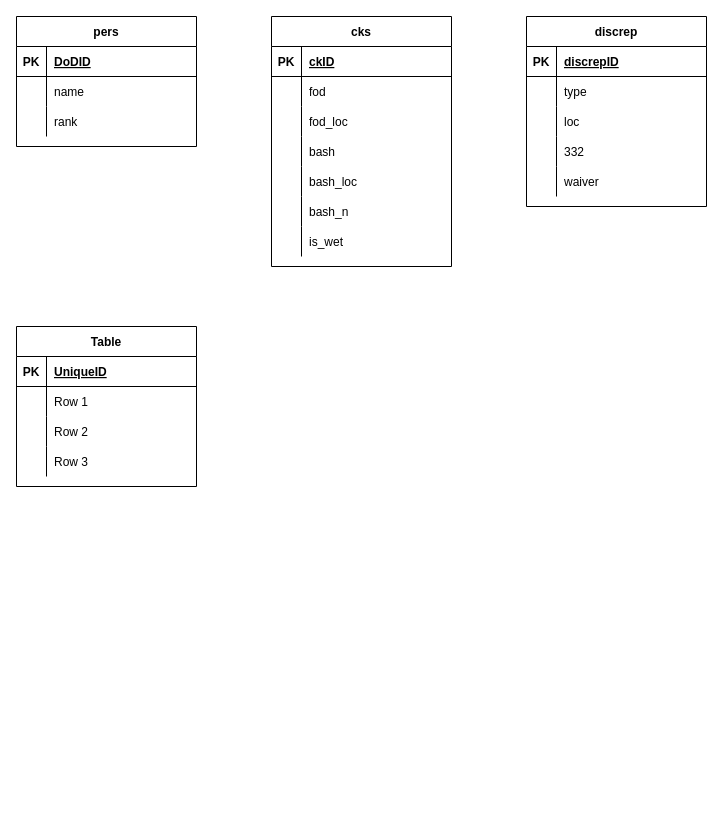
Earlier version of the draw.io diagram amapps.drawio (ussmario/amapps). Source tidied: cells renumbered, new cells numbered last; positions are measured from the earlier drawing's top-left corner, leaving out a move shared by most shapes. Both pictures are drawn from the tidied source at 100%, with x=0, y=0 at pixel (16, 16).
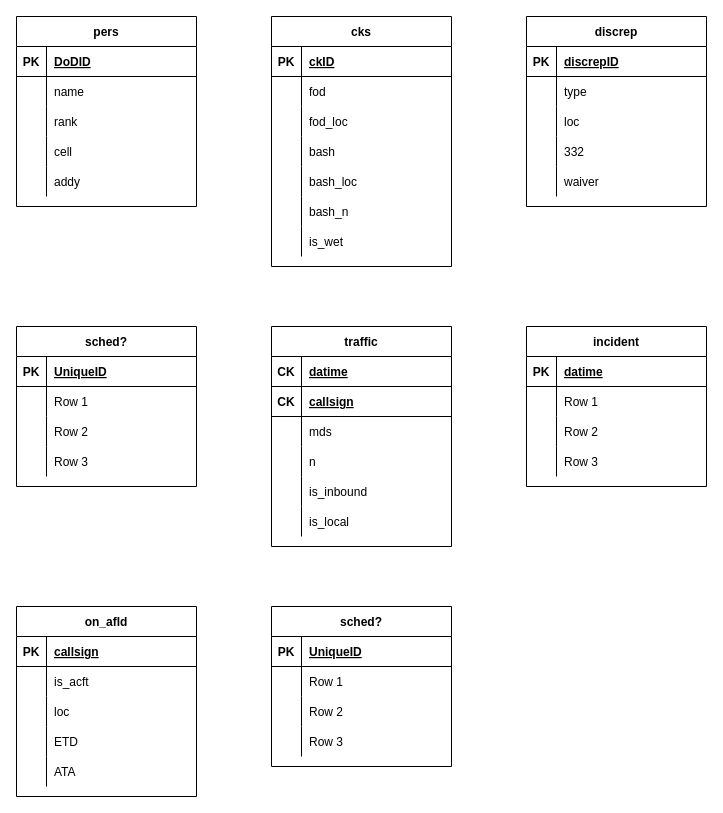
The same page after the edit.

Diff of the diagram source:
```diff
@@
     <mxCell id="2" value="pers" style="shape=table;startSize=30;childLayout=tableLayout;rowLines=0;fontStyle=1;align=center;" parent="1" vertex="1">
-      <mxGeometry width="180" height="130" as="geometry" />
+      <mxGeometry width="180" height="190" as="geometry" />
     </mxCell>
@@
+    <mxCell id="63" style="shape=partialRectangle;fillColor=none;top=0;left=0;bottom=0;right=0;" parent="2" vertex="1">
+      <mxGeometry y="120" width="180" height="30" as="geometry" />
+    </mxCell>
+    <mxCell id="64" style="shape=partialRectangle;fillColor=none;top=0;left=0;bottom=0;right=0;overflow=hidden;" parent="63" vertex="1">
+      <mxGeometry width="30" height="30" as="geometry" />
+    </mxCell>
+    <mxCell id="65" value="cell" style="shape=partialRectangle;fillColor=none;top=0;left=0;bottom=0;right=0;align=left;spacingLeft=6;overflow=hidden;" parent="63" vertex="1">
+      <mxGeometry x="30" width="150" height="30" as="geometry" />
+    </mxCell>
+    <mxCell id="66" style="shape=partialRectangle;fillColor=none;top=0;left=0;bottom=0;right=0;" parent="2" vertex="1">
+      <mxGeometry y="150" width="180" height="30" as="geometry" />
+    </mxCell>
+    <mxCell id="67" style="shape=partialRectangle;fillColor=none;top=0;left=0;bottom=0;right=0;overflow=hidden;" parent="66" vertex="1">
+      <mxGeometry width="30" height="30" as="geometry" />
+    </mxCell>
+    <mxCell id="68" value="addy" style="shape=partialRectangle;fillColor=none;top=0;left=0;bottom=0;right=0;align=left;spacingLeft=6;overflow=hidden;" parent="66" vertex="1">
+      <mxGeometry x="30" width="150" height="30" as="geometry" />
+    </mxCell>
@@
-    <mxCell id="50" value="Table" style="shape=table;startSize=30;childLayout=tableLayout;rowLines=0;fontStyle=1;align=center;" parent="1" vertex="1">
+    <mxCell id="50" value="sched?" style="shape=table;startSize=30;childLayout=tableLayout;rowLines=0;fontStyle=1;align=center;" parent="1" vertex="1">
       <mxGeometry y="310" width="180" height="160" as="geometry" />
     </mxCell>
@@
+    <mxCell id="69" value="traffic" style="shape=table;startSize=30;childLayout=tableLayout;rowLines=0;fontStyle=1;align=center;" parent="1" vertex="1">
+      <mxGeometry x="255" y="310" width="180" height="220" as="geometry" />
+    </mxCell>
+    <mxCell id="70" style="shape=partialRectangle;fillColor=none;top=0;left=0;bottom=1;right=0;" parent="69" vertex="1">
+      <mxGeometry y="30" width="180" height="30" as="geometry" />
+    </mxCell>
+    <mxCell id="71" value="CK" style="shape=partialRectangle;fillColor=none;top=0;left=0;bottom=0;right=0;fontStyle=1;overflow=hidden;" parent="70" vertex="1">
+      <mxGeometry width="30" height="30" as="geometry" />
+    </mxCell>
+    <mxCell id="72" value="datime" style="shape=partialRectangle;fillColor=none;top=0;left=0;bottom=0;right=0;align=left;spacingLeft=6;fontStyle=5;overflow=hidden;" parent="70" vertex="1">
+      <mxGeometry x="30" width="150" height="30" as="geometry" />
+    </mxCell>
+    <mxCell id="73" style="shape=partialRectangle;fillColor=none;top=0;left=0;bottom=1;right=0;" parent="69" vertex="1">
+      <mxGeometry y="60" width="180" height="30" as="geometry" />
+    </mxCell>
+    <mxCell id="74" value="CK" style="shape=partialRectangle;fillColor=none;top=0;left=0;bottom=0;right=0;fontStyle=1;overflow=hidden;" parent="73" vertex="1">
+      <mxGeometry width="30" height="30" as="geometry" />
+    </mxCell>
+    <mxCell id="75" value="callsign" style="shape=partialRectangle;fillColor=none;top=0;left=0;bottom=0;right=0;align=left;spacingLeft=6;fontStyle=5;overflow=hidden;" parent="73" vertex="1">
+      <mxGeometry x="30" width="150" height="30" as="geometry" />
+    </mxCell>
+    <mxCell id="76" style="shape=partialRectangle;fillColor=none;top=0;left=0;bottom=0;right=0;" parent="69" vertex="1">
+      <mxGeometry y="90" width="180" height="30" as="geometry" />
+    </mxCell>
+    <mxCell id="77" style="shape=partialRectangle;fillColor=none;top=0;left=0;bottom=0;right=0;overflow=hidden;" parent="76" vertex="1">
+      <mxGeometry width="30" height="30" as="geometry" />
+    </mxCell>
+    <mxCell id="78" value="mds" style="shape=partialRectangle;fillColor=none;top=0;left=0;bottom=0;right=0;align=left;spacingLeft=6;overflow=hidden;" parent="76" vertex="1">
+      <mxGeometry x="30" width="150" height="30" as="geometry" />
+    </mxCell>
+    <mxCell id="79" style="shape=partialRectangle;fillColor=none;top=0;left=0;bottom=0;right=0;" parent="69" vertex="1">
+      <mxGeometry y="120" width="180" height="30" as="geometry" />
+    </mxCell>
+    <mxCell id="80" style="shape=partialRectangle;fillColor=none;top=0;left=0;bottom=0;right=0;overflow=hidden;" parent="79" vertex="1">
+      <mxGeometry width="30" height="30" as="geometry" />
+    </mxCell>
+    <mxCell id="81" value="n" style="shape=partialRectangle;fillColor=none;top=0;left=0;bottom=0;right=0;align=left;spacingLeft=6;overflow=hidden;" parent="79" vertex="1">
+      <mxGeometry x="30" width="150" height="30" as="geometry" />
+    </mxCell>
+    <mxCell id="82" style="shape=partialRectangle;fillColor=none;top=0;left=0;bottom=0;right=0;" parent="69" vertex="1">
+      <mxGeometry y="150" width="180" height="30" as="geometry" />
+    </mxCell>
+    <mxCell id="83" style="shape=partialRectangle;fillColor=none;top=0;left=0;bottom=0;right=0;overflow=hidden;" parent="82" vertex="1">
+      <mxGeometry width="30" height="30" as="geometry" />
+    </mxCell>
+    <mxCell id="84" value="is_inbound" style="shape=partialRectangle;fillColor=none;top=0;left=0;bottom=0;right=0;align=left;spacingLeft=6;overflow=hidden;" parent="82" vertex="1">
+      <mxGeometry x="30" width="150" height="30" as="geometry" />
+    </mxCell>
+    <mxCell id="85" style="shape=partialRectangle;fillColor=none;top=0;left=0;bottom=0;right=0;" parent="69" vertex="1">
+      <mxGeometry y="180" width="180" height="30" as="geometry" />
+    </mxCell>
+    <mxCell id="86" style="shape=partialRectangle;fillColor=none;top=0;left=0;bottom=0;right=0;overflow=hidden;" parent="85" vertex="1">
+      <mxGeometry width="30" height="30" as="geometry" />
+    </mxCell>
+    <mxCell id="87" value="is_local" style="shape=partialRectangle;fillColor=none;top=0;left=0;bottom=0;right=0;align=left;spacingLeft=6;overflow=hidden;" parent="85" vertex="1">
+      <mxGeometry x="30" width="150" height="30" as="geometry" />
+    </mxCell>
+    <mxCell id="88" value="incident" style="shape=table;startSize=30;childLayout=tableLayout;rowLines=0;fontStyle=1;align=center;" parent="1" vertex="1">
+      <mxGeometry x="510" y="310" width="180" height="160" as="geometry" />
+    </mxCell>
+    <mxCell id="89" style="shape=partialRectangle;fillColor=none;top=0;left=0;bottom=1;right=0;" parent="88" vertex="1">
+      <mxGeometry y="30" width="180" height="30" as="geometry" />
+    </mxCell>
+    <mxCell id="90" value="PK" style="shape=partialRectangle;fillColor=none;top=0;left=0;bottom=0;right=0;fontStyle=1;overflow=hidden;" parent="89" vertex="1">
+      <mxGeometry width="30" height="30" as="geometry" />
+    </mxCell>
+    <mxCell id="91" value="datime" style="shape=partialRectangle;fillColor=none;top=0;left=0;bottom=0;right=0;align=left;spacingLeft=6;fontStyle=5;overflow=hidden;" parent="89" vertex="1">
+      <mxGeometry x="30" width="150" height="30" as="geometry" />
+    </mxCell>
+    <mxCell id="92" style="shape=partialRectangle;fillColor=none;top=0;left=0;bottom=0;right=0;" parent="88" vertex="1">
+      <mxGeometry y="60" width="180" height="30" as="geometry" />
+    </mxCell>
+    <mxCell id="93" style="shape=partialRectangle;fillColor=none;top=0;left=0;bottom=0;right=0;overflow=hidden;" parent="92" vertex="1">
+      <mxGeometry width="30" height="30" as="geometry" />
+    </mxCell>
+    <mxCell id="94" value="Row 1" style="shape=partialRectangle;fillColor=none;top=0;left=0;bottom=0;right=0;align=left;spacingLeft=6;overflow=hidden;" parent="92" vertex="1">
+      <mxGeometry x="30" width="150" height="30" as="geometry" />
+    </mxCell>
+    <mxCell id="95" style="shape=partialRectangle;fillColor=none;top=0;left=0;bottom=0;right=0;" parent="88" vertex="1">
+      <mxGeometry y="90" width="180" height="30" as="geometry" />
+    </mxCell>
+    <mxCell id="96" style="shape=partialRectangle;fillColor=none;top=0;left=0;bottom=0;right=0;overflow=hidden;" parent="95" vertex="1">
+      <mxGeometry width="30" height="30" as="geometry" />
+    </mxCell>
+    <mxCell id="97" value="Row 2" style="shape=partialRectangle;fillColor=none;top=0;left=0;bottom=0;right=0;align=left;spacingLeft=6;overflow=hidden;" parent="95" vertex="1">
+      <mxGeometry x="30" width="150" height="30" as="geometry" />
+    </mxCell>
+    <mxCell id="98" style="shape=partialRectangle;fillColor=none;top=0;left=0;bottom=0;right=0;" parent="88" vertex="1">
+      <mxGeometry y="120" width="180" height="30" as="geometry" />
+    </mxCell>
+    <mxCell id="99" style="shape=partialRectangle;fillColor=none;top=0;left=0;bottom=0;right=0;overflow=hidden;" parent="98" vertex="1">
+      <mxGeometry width="30" height="30" as="geometry" />
+    </mxCell>
+    <mxCell id="100" value="Row 3" style="shape=partialRectangle;fillColor=none;top=0;left=0;bottom=0;right=0;align=left;spacingLeft=6;overflow=hidden;" parent="98" vertex="1">
+      <mxGeometry x="30" width="150" height="30" as="geometry" />
+    </mxCell>
+    <mxCell id="101" value="on_afld" style="shape=table;startSize=30;childLayout=tableLayout;rowLines=0;fontStyle=1;align=center;" parent="1" vertex="1">
+      <mxGeometry y="590" width="180" height="190" as="geometry" />
+    </mxCell>
+    <mxCell id="102" style="shape=partialRectangle;fillColor=none;top=0;left=0;bottom=1;right=0;" parent="101" vertex="1">
+      <mxGeometry y="30" width="180" height="30" as="geometry" />
+    </mxCell>
+    <mxCell id="103" value="PK" style="shape=partialRectangle;fillColor=none;top=0;left=0;bottom=0;right=0;fontStyle=1;overflow=hidden;" parent="102" vertex="1">
+      <mxGeometry width="30" height="30" as="geometry" />
+    </mxCell>
+    <mxCell id="104" value="callsign" style="shape=partialRectangle;fillColor=none;top=0;left=0;bottom=0;right=0;align=left;spacingLeft=6;fontStyle=5;overflow=hidden;" parent="102" vertex="1">
+      <mxGeometry x="30" width="150" height="30" as="geometry" />
+    </mxCell>
+    <mxCell id="105" style="shape=partialRectangle;fillColor=none;top=0;left=0;bottom=0;right=0;" parent="101" vertex="1">
+      <mxGeometry y="60" width="180" height="30" as="geometry" />
+    </mxCell>
+    <mxCell id="106" style="shape=partialRectangle;fillColor=none;top=0;left=0;bottom=0;right=0;overflow=hidden;" parent="105" vertex="1">
+      <mxGeometry width="30" height="30" as="geometry" />
+    </mxCell>
+    <mxCell id="107" value="is_acft" style="shape=partialRectangle;fillColor=none;top=0;left=0;bottom=0;right=0;align=left;spacingLeft=6;overflow=hidden;" parent="105" vertex="1">
+      <mxGeometry x="30" width="150" height="30" as="geometry" />
+    </mxCell>
+    <mxCell id="108" style="shape=partialRectangle;fillColor=none;top=0;left=0;bottom=0;right=0;" parent="101" vertex="1">
+      <mxGeometry y="90" width="180" height="30" as="geometry" />
+    </mxCell>
+    <mxCell id="109" style="shape=partialRectangle;fillColor=none;top=0;left=0;bottom=0;right=0;overflow=hidden;" parent="108" vertex="1">
+      <mxGeometry width="30" height="30" as="geometry" />
+    </mxCell>
+    <mxCell id="110" value="loc" style="shape=partialRectangle;fillColor=none;top=0;left=0;bottom=0;right=0;align=left;spacingLeft=6;overflow=hidden;" parent="108" vertex="1">
+      <mxGeometry x="30" width="150" height="30" as="geometry" />
+    </mxCell>
+    <mxCell id="111" style="shape=partialRectangle;fillColor=none;top=0;left=0;bottom=0;right=0;" parent="101" vertex="1">
+      <mxGeometry y="120" width="180" height="30" as="geometry" />
+    </mxCell>
+    <mxCell id="112" style="shape=partialRectangle;fillColor=none;top=0;left=0;bottom=0;right=0;overflow=hidden;" parent="111" vertex="1">
+      <mxGeometry width="30" height="30" as="geometry" />
+    </mxCell>
+    <mxCell id="113" value="ETD" style="shape=partialRectangle;fillColor=none;top=0;left=0;bottom=0;right=0;align=left;spacingLeft=6;overflow=hidden;" parent="111" vertex="1">
+      <mxGeometry x="30" width="150" height="30" as="geometry" />
+    </mxCell>
+    <mxCell id="114" style="shape=partialRectangle;fillColor=none;top=0;left=0;bottom=0;right=0;" parent="101" vertex="1">
+      <mxGeometry y="150" width="180" height="30" as="geometry" />
+    </mxCell>
+    <mxCell id="115" style="shape=partialRectangle;fillColor=none;top=0;left=0;bottom=0;right=0;overflow=hidden;" parent="114" vertex="1">
+      <mxGeometry width="30" height="30" as="geometry" />
+    </mxCell>
+    <mxCell id="116" value="ATA" style="shape=partialRectangle;fillColor=none;top=0;left=0;bottom=0;right=0;align=left;spacingLeft=6;overflow=hidden;" parent="114" vertex="1">
+      <mxGeometry x="30" width="150" height="30" as="geometry" />
+    </mxCell>
+    <mxCell id="117" value="sched?" style="shape=table;startSize=30;childLayout=tableLayout;rowLines=0;fontStyle=1;align=center;" parent="1" vertex="1">
+      <mxGeometry x="255" y="590" width="180" height="160" as="geometry" />
+    </mxCell>
+    <mxCell id="118" style="shape=partialRectangle;fillColor=none;top=0;left=0;bottom=1;right=0;" parent="117" vertex="1">
+      <mxGeometry y="30" width="180" height="30" as="geometry" />
+    </mxCell>
+    <mxCell id="119" value="PK" style="shape=partialRectangle;fillColor=none;top=0;left=0;bottom=0;right=0;fontStyle=1;overflow=hidden;" parent="118" vertex="1">
+      <mxGeometry width="30" height="30" as="geometry" />
+    </mxCell>
+    <mxCell id="120" value="UniqueID" style="shape=partialRectangle;fillColor=none;top=0;left=0;bottom=0;right=0;align=left;spacingLeft=6;fontStyle=5;overflow=hidden;" parent="118" vertex="1">
+      <mxGeometry x="30" width="150" height="30" as="geometry" />
+    </mxCell>
+    <mxCell id="121" style="shape=partialRectangle;fillColor=none;top=0;left=0;bottom=0;right=0;" parent="117" vertex="1">
+      <mxGeometry y="60" width="180" height="30" as="geometry" />
+    </mxCell>
+    <mxCell id="122" style="shape=partialRectangle;fillColor=none;top=0;left=0;bottom=0;right=0;overflow=hidden;" parent="121" vertex="1">
+      <mxGeometry width="30" height="30" as="geometry" />
+    </mxCell>
+    <mxCell id="123" value="Row 1" style="shape=partialRectangle;fillColor=none;top=0;left=0;bottom=0;right=0;align=left;spacingLeft=6;overflow=hidden;" parent="121" vertex="1">
+      <mxGeometry x="30" width="150" height="30" as="geometry" />
+    </mxCell>
+    <mxCell id="124" style="shape=partialRectangle;fillColor=none;top=0;left=0;bottom=0;right=0;" parent="117" vertex="1">
+      <mxGeometry y="90" width="180" height="30" as="geometry" />
+    </mxCell>
+    <mxCell id="125" style="shape=partialRectangle;fillColor=none;top=0;left=0;bottom=0;right=0;overflow=hidden;" parent="124" vertex="1">
+      <mxGeometry width="30" height="30" as="geometry" />
+    </mxCell>
+    <mxCell id="126" value="Row 2" style="shape=partialRectangle;fillColor=none;top=0;left=0;bottom=0;right=0;align=left;spacingLeft=6;overflow=hidden;" parent="124" vertex="1">
+      <mxGeometry x="30" width="150" height="30" as="geometry" />
+    </mxCell>
+    <mxCell id="127" style="shape=partialRectangle;fillColor=none;top=0;left=0;bottom=0;right=0;" parent="117" vertex="1">
+      <mxGeometry y="120" width="180" height="30" as="geometry" />
+    </mxCell>
+    <mxCell id="128" style="shape=partialRectangle;fillColor=none;top=0;left=0;bottom=0;right=0;overflow=hidden;" parent="127" vertex="1">
+      <mxGeometry width="30" height="30" as="geometry" />
+    </mxCell>
+    <mxCell id="129" value="Row 3" style="shape=partialRectangle;fillColor=none;top=0;left=0;bottom=0;right=0;align=left;spacingLeft=6;overflow=hidden;" parent="127" vertex="1">
+      <mxGeometry x="30" width="150" height="30" as="geometry" />
+    </mxCell>
```
